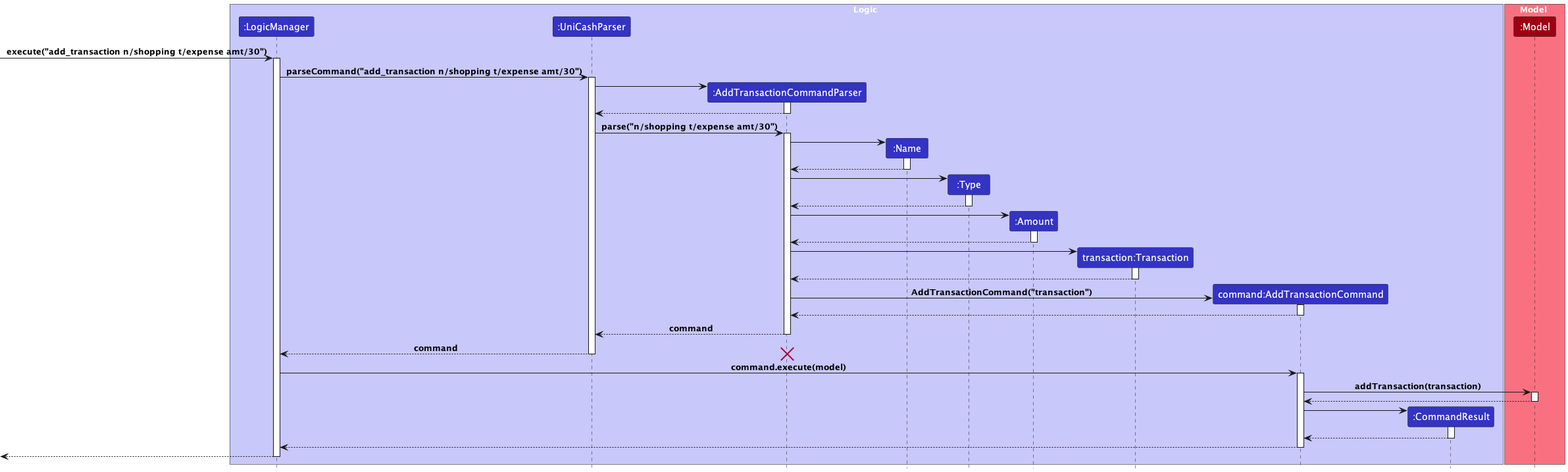
Above: docs/images/unicash/AddTransactionSequenceDiagram.png in woojiahao/tp (PlantUML), before the change. Source of this version:
```plantuml
@startuml
!include ../style.puml

box Logic LOGIC_COLOR_T1
participant ":LogicManager" as LogicManager LOGIC_COLOR
participant ":UniCashParser" as UniCashParser LOGIC_COLOR
participant ":AddTransactionCommandParser" as AddTransactionCommandParser LOGIC_COLOR
participant ":Name" as Name LOGIC_COLOR
participant ":Type" as Type LOGIC_COLOR
participant ":Amount" as Amount LOGIC_COLOR
participant "transaction:Transaction" as Item LOGIC_COLOR
participant "command:AddTransactionCommand" as AddTransactionCommand LOGIC_COLOR
participant ":CommandResult" as CommandResult LOGIC_COLOR


end box

box Model MODEL_COLOR_T1
participant ":Model" as Model MODEL_COLOR
end box

[-> LogicManager : execute("add_transaction n/shopping t/expense amt/30")
activate LogicManager

LogicManager -> UniCashParser : parseCommand("add_transaction n/shopping t/expense amt/30")
activate UniCashParser

create AddTransactionCommandParser
UniCashParser -> AddTransactionCommandParser
activate AddTransactionCommandParser

AddTransactionCommandParser --> UniCashParser
deactivate AddTransactionCommandParser

UniCashParser -> AddTransactionCommandParser : parse("n/shopping t/expense amt/30")
activate AddTransactionCommandParser

create Name
AddTransactionCommandParser -> Name
activate Name
Name --> AddTransactionCommandParser
deactivate Name

create Type
AddTransactionCommandParser -> Type
activate Type
Type --> AddTransactionCommandParser
deactivate Type

create Amount
AddTransactionCommandParser -> Amount
activate Amount
Amount --> AddTransactionCommandParser
deactivate Amount

create Item
AddTransactionCommandParser -> Item
activate Item
Item --> AddTransactionCommandParser
deactivate Item

create AddTransactionCommand
AddTransactionCommandParser -> AddTransactionCommand : AddTransactionCommand("transaction")
activate AddTransactionCommand
AddTransactionCommand --> AddTransactionCommandParser
deactivate AddTransactionCommand

AddTransactionCommandParser --> UniCashParser : command
deactivate AddTransactionCommandParser

UniCashParser --> LogicManager : command
deactivate UniCashParser
destroy AddTransactionCommandParser

LogicManager -> AddTransactionCommand : command.execute(model)
activate AddTransactionCommand

AddTransactionCommand -> Model : addTransaction(transaction)
activate Model

Model --> AddTransactionCommand
deactivate Model


create CommandResult
AddTransactionCommand -> CommandResult
activate CommandResult

CommandResult --> AddTransactionCommand
deactivate CommandResult

AddTransactionCommand --> LogicManager
deactivate AddTransactionCommand

[<--LogicManager
deactivate LogicManager
@enduml
```
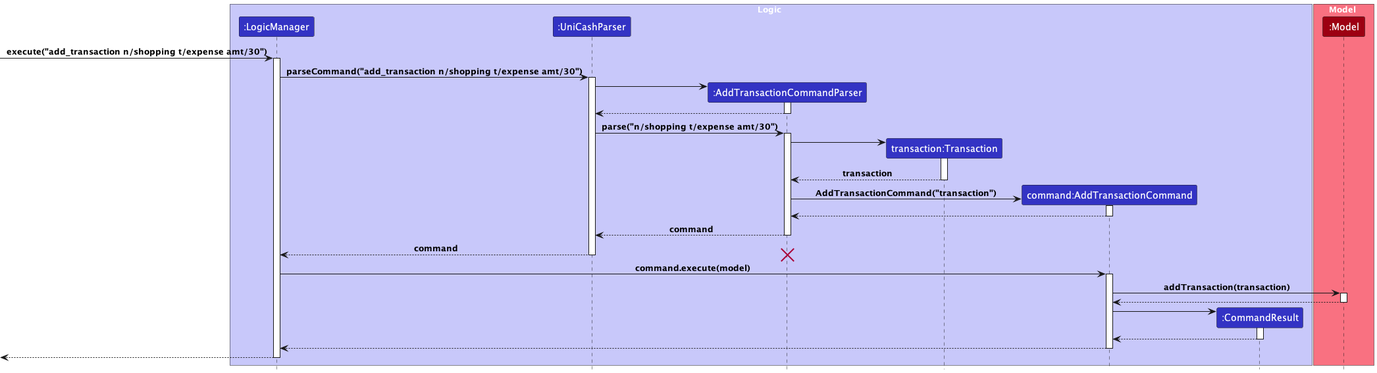
The same file after the commit.

Change to the diagram source:
```diff
@@ -5,10 +5,7 @@
 participant ":LogicManager" as LogicManager LOGIC_COLOR
 participant ":UniCashParser" as UniCashParser LOGIC_COLOR
 participant ":AddTransactionCommandParser" as AddTransactionCommandParser LOGIC_COLOR
-participant ":Name" as Name LOGIC_COLOR
-participant ":Type" as Type LOGIC_COLOR
-participant ":Amount" as Amount LOGIC_COLOR
-participant "transaction:Transaction" as Item LOGIC_COLOR
+participant "transaction:Transaction" as Transaction LOGIC_COLOR
 participant "command:AddTransactionCommand" as AddTransactionCommand LOGIC_COLOR
 participant ":CommandResult" as CommandResult LOGIC_COLOR
 
@@ -35,29 +32,11 @@
 UniCashParser -> AddTransactionCommandParser : parse("n/shopping t/expense amt/30")
 activate AddTransactionCommandParser
 
-create Name
-AddTransactionCommandParser -> Name
-activate Name
-Name --> AddTransactionCommandParser
-deactivate Name
-
-create Type
-AddTransactionCommandParser -> Type
-activate Type
-Type --> AddTransactionCommandParser
-deactivate Type
-
-create Amount
-AddTransactionCommandParser -> Amount
-activate Amount
-Amount --> AddTransactionCommandParser
-deactivate Amount
-
-create Item
-AddTransactionCommandParser -> Item
-activate Item
-Item --> AddTransactionCommandParser
-deactivate Item
+create Transaction
+AddTransactionCommandParser -> Transaction
+activate Transaction
+Transaction --> AddTransactionCommandParser : transaction
+deactivate Transaction
 
 create AddTransactionCommand
 AddTransactionCommandParser -> AddTransactionCommand : AddTransactionCommand("transaction")
@@ -81,7 +60,6 @@
 Model --> AddTransactionCommand
 deactivate Model
 
-
 create CommandResult
 AddTransactionCommand -> CommandResult
 activate CommandResult
```
